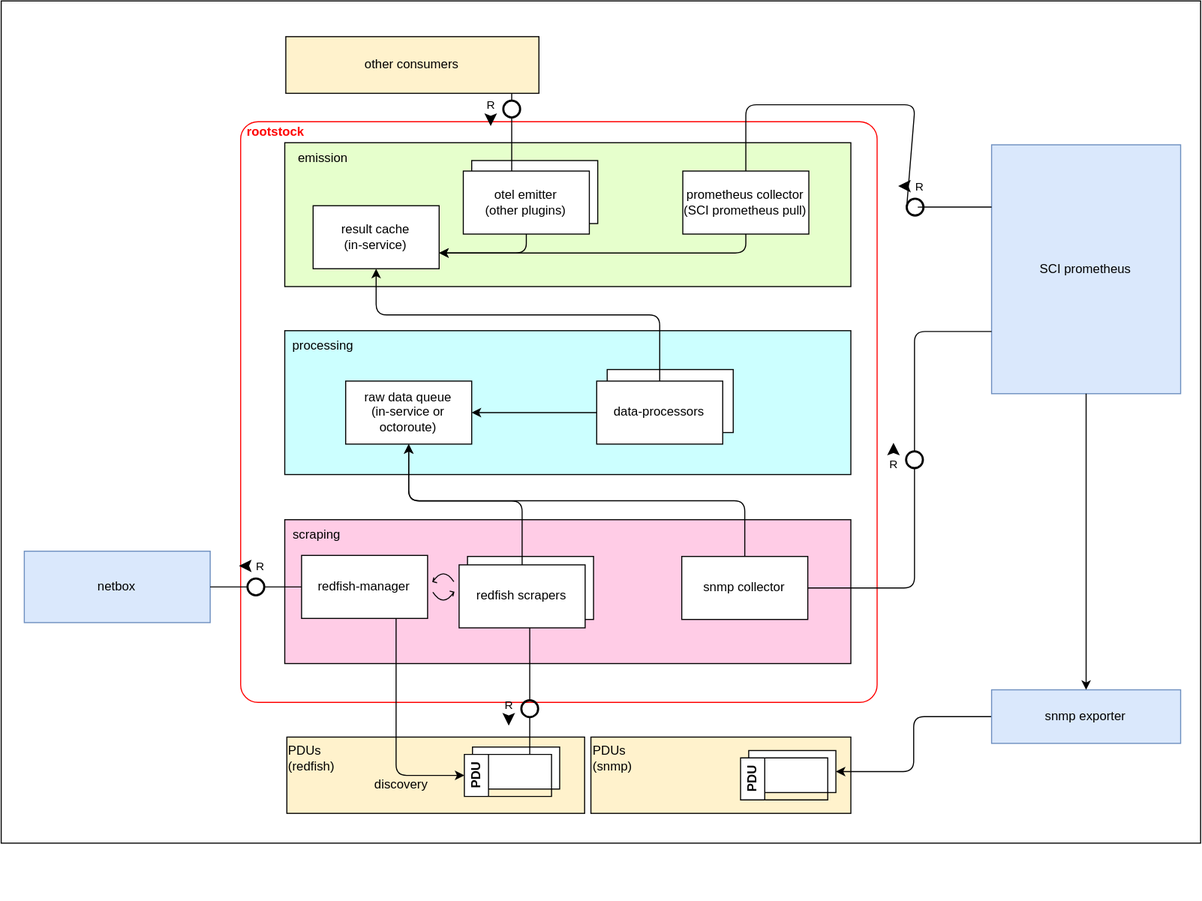
This is docs/design/package_architecture.svg from cloudoperators/rootstock, a draw.io export, as it was before one commit. Source tidied: cells renumbered, new cells last; positions are measured from the earlier drawing's top-left corner, leaving out a move shared by most shapes.
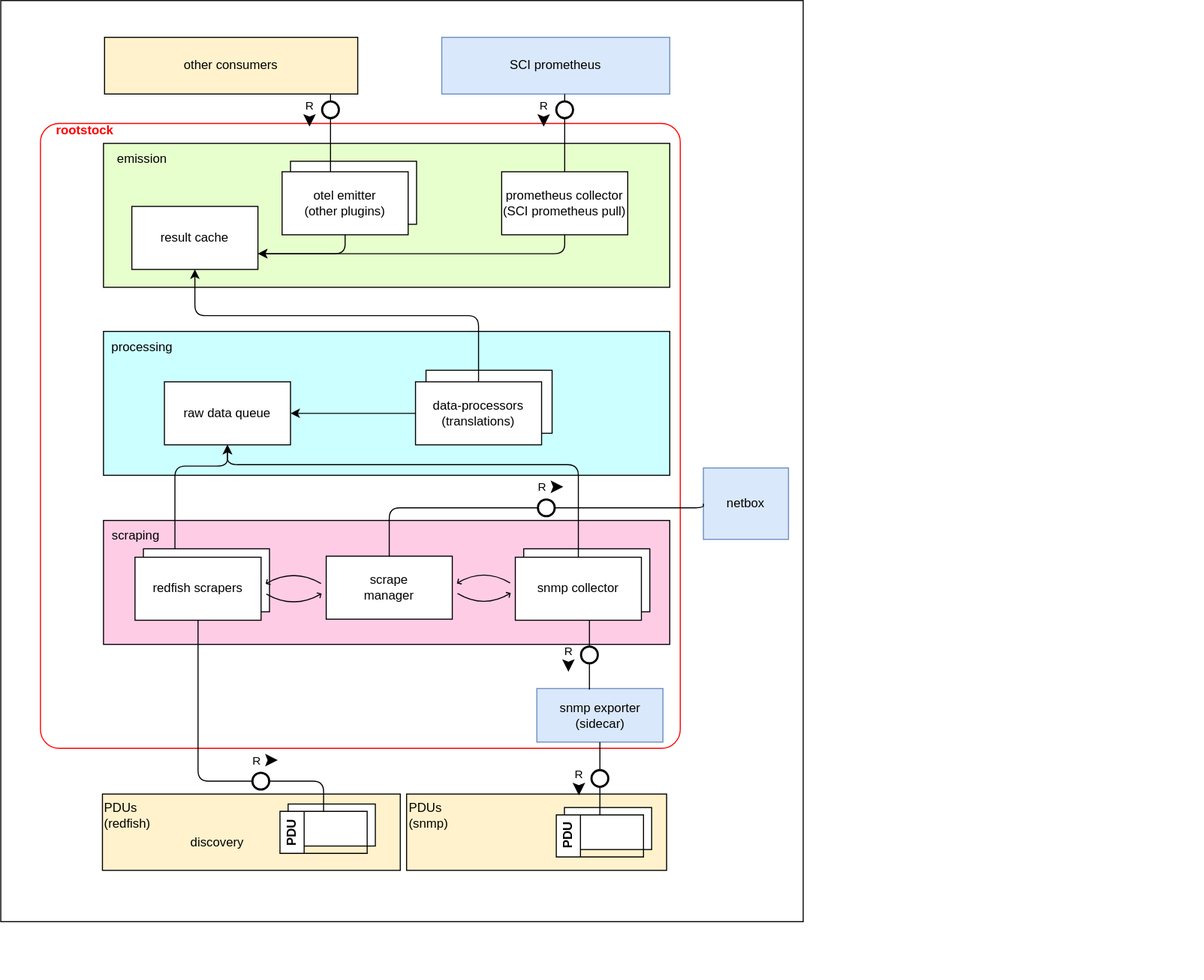
The same file after the commit.

Commit message:
chore(docs): update architecture diagram (#119)

Diff of the diagram source:
```diff
@@ -2,14 +2,14 @@
   <root>
     <mxCell id="0" />
     <mxCell id="1" parent="0" />
+    <mxCell id="3" style="rounded=0;whiteSpace=wrap;html=1;" parent="1" vertex="1">
+      <mxGeometry x="172.2" y="-1" width="763.8" height="877" as="geometry" />
+    </mxCell>
     <mxCell id="2" value="Best viewed with the &lt;a href=&quot;https://github.com/ariel-bentu/tam-drawio&quot;&gt;TAM plugin&lt;/a&gt;" style="text;html=1;shape=tamPluginMissing;" parent="1" vertex="1">
-      <mxGeometry x="471" y="832" width="200" height="25" as="geometry" />
+      <mxGeometry x="644.6" y="906" width="200" height="25" as="geometry" />
     </mxCell>
-    <mxCell id="3" style="rounded=0;whiteSpace=wrap;html=1;" parent="1" vertex="1">
-      <mxGeometry width="1142" height="802" as="geometry" />
-    </mxCell>
     <mxCell id="4" style="rounded=1;whiteSpace=wrap;html=1;arcSize=3;fillColor=none;strokeColor=#FF0000;" parent="1" vertex="1">
-      <mxGeometry x="228" y="115" width="606" height="553" as="geometry" />
+      <mxGeometry x="210" y="116" width="609" height="595" as="geometry" />
     </mxCell>
     <mxCell id="5" style="group;" parent="1" vertex="1">
       <mxGeometry x="270" y="314" width="539" height="146" as="geometry" />
@@ -47,29 +47,29 @@
     <mxCell id="16" value="data-enrichment" style="rounded=0;whiteSpace=wrap;html=1;" parent="15" vertex="1">
       <mxGeometry x="10" width="120" height="60" as="geometry" />
     </mxCell>
-    <mxCell id="17" value="data-processors" style="rounded=0;whiteSpace=wrap;html=1;" parent="15" vertex="1">
+    <mxCell id="17" value="data-processors&lt;div&gt;(translations)&lt;/div&gt;" style="rounded=0;whiteSpace=wrap;html=1;" parent="15" vertex="1">
       <mxGeometry y="11" width="120" height="60" as="geometry" />
     </mxCell>
-    <mxCell id="18" value="raw data queue&lt;div&gt;(in-service or octoroute)&lt;/div&gt;" style="rounded=0;whiteSpace=wrap;html=1;" parent="5" vertex="1">
+    <mxCell id="18" value="raw data queue" style="rounded=0;whiteSpace=wrap;html=1;" parent="5" vertex="1">
       <mxGeometry x="58" y="48" width="120" height="60" as="geometry" />
     </mxCell>
     <mxCell id="19" style="edgeStyle=none;html=1;" parent="5" edge="1" source="17" target="18">
       <mxGeometry relative="1" as="geometry" />
     </mxCell>
     <mxCell id="20" style="group;" parent="1" vertex="1">
-      <mxGeometry x="270" y="494" width="539" height="137" as="geometry" />
+      <mxGeometry x="270" y="494" width="1047" height="321" as="geometry" />
     </mxCell>
     <mxCell id="21" style="rounded=0;whiteSpace=wrap;html=1;fillColor=#FFCCE6;" parent="20" vertex="1">
-      <mxGeometry width="539" height="137" as="geometry" />
+      <mxGeometry width="539" height="118" as="geometry" />
     </mxCell>
     <mxCell id="22" value="scraping" style="text;html=1;align=center;verticalAlign=middle;whiteSpace=wrap;rounded=0;" parent="20" vertex="1">
       <mxGeometry x="1" width="60" height="30" as="geometry" />
     </mxCell>
-    <mxCell id="23" value="redfish-manager" style="rounded=0;whiteSpace=wrap;html=1;" parent="20" vertex="1">
-      <mxGeometry x="16" y="34" width="120" height="60" as="geometry" />
+    <mxCell id="23" value="scrape&lt;div&gt;manager&lt;/div&gt;" style="rounded=0;whiteSpace=wrap;html=1;" parent="20" vertex="1">
+      <mxGeometry x="212" y="34" width="120" height="60" as="geometry" />
     </mxCell>
     <mxCell id="24" style="group;" parent="20" vertex="1">
-      <mxGeometry x="166" y="35" width="128" height="68" as="geometry" />
+      <mxGeometry x="30" y="27" width="1017" height="294" as="geometry" />
     </mxCell>
     <mxCell id="25" value="redfish scraper" style="rounded=0;whiteSpace=wrap;html=1;" parent="24" vertex="1">
       <mxGeometry x="8" width="120" height="60" as="geometry" />
@@ -77,19 +77,28 @@
     <mxCell id="26" value="redfish scrapers" style="rounded=0;whiteSpace=wrap;html=1;" parent="24" vertex="1">
       <mxGeometry y="8" width="120" height="60" as="geometry" />
     </mxCell>
-    <mxCell id="27" style="shape=updateedge;endArrow=none;exitX=1;exitY=0.5;exitDx=0;exitDy=0;entryX=0;entryY=0.5;entryDx=0;entryDy=0;" parent="20" edge="1" source="23" target="26">
-      <mxGeometry relative="1" as="geometry" />
-    </mxCell>
+    <mxCell id="61" style="shape=updateedge;endArrow=none;exitX=1;exitY=0.5;exitDx=0;exitDy=0;entryX=0;entryY=0.5;entryDx=0;entryDy=0;" parent="20" edge="1" source="26" target="23">
+      <mxGeometry relative="1" as="geometry" />
+    </mxCell>
+    <mxCell id="62" style="group;" parent="20" vertex="1">
+      <mxGeometry x="392" y="27" width="128" height="68" as="geometry" />
+    </mxCell>
+    <mxCell id="63" value="snmp collector" style="rounded=0;whiteSpace=wrap;html=1;" parent="62" vertex="1">
+      <mxGeometry x="8" width="120" height="60" as="geometry" />
+    </mxCell>
-    <mxCell id="28" value="snmp collector" style="rounded=0;whiteSpace=wrap;html=1;" parent="20" vertex="1">
-      <mxGeometry x="378" y="35" width="120" height="60" as="geometry" />
+    <mxCell id="28" value="snmp collector" style="rounded=0;whiteSpace=wrap;html=1;" parent="62" vertex="1">
+      <mxGeometry y="8" width="120" height="60" as="geometry" />
     </mxCell>
+    <mxCell id="64" style="shape=updateedge;endArrow=none;entryX=0;entryY=0.5;entryDx=0;entryDy=0;" parent="20" edge="1" source="23" target="28">
+      <mxGeometry relative="1" as="geometry" />
+    </mxCell>
-    <mxCell id="29" value="result cache&lt;div&gt;(in-service)&lt;/div&gt;" style="rounded=0;whiteSpace=wrap;html=1;" parent="1" vertex="1">
+    <mxCell id="29" value="result cache" style="rounded=0;whiteSpace=wrap;html=1;" parent="1" vertex="1">
       <mxGeometry x="297" y="195" width="120" height="60" as="geometry" />
     </mxCell>
-    <mxCell id="30" style="edgeStyle=elbowEdgeStyle;html=1;labelBackgroundColor=none;rounded=1;elbow=vertical;endArrow=classic;endFill=1;align=center;entryX=0.5;entryY=1;entryDx=0;entryDy=0;exitX=0.5;exitY=0;exitDx=0;exitDy=0;" parent="1" edge="1" source="26" target="18">
-      <mxGeometry relative="1" as="geometry">
+    <mxCell id="30" style="edgeStyle=elbowEdgeStyle;html=1;labelBackgroundColor=none;rounded=1;elbow=vertical;endArrow=classic;endFill=1;align=center;entryX=0.5;entryY=1;entryDx=0;entryDy=0;exitX=0.25;exitY=0;exitDx=0;exitDy=0;" parent="1" edge="1" source="25" target="18">
+      <mxGeometry x="0.1" relative="1" as="geometry">
         <Array as="points">
-          <mxPoint x="437" y="476.2" />
+          <mxPoint x="358.1" y="442.2" />
         </Array>
       </mxGeometry>
     </mxCell>
@@ -115,16 +124,16 @@
       </mxGeometry>
     </mxCell>
     <mxCell id="34" value="rootstock" style="text;align=center;verticalAlign=middle;strokeColor=none;fillColor=none;fontColor=#FF0000;fontStyle=1;" parent="1" vertex="1">
-      <mxGeometry x="228" y="111" width="67" height="26" as="geometry" />
+      <mxGeometry x="219" y="109" width="67" height="26" as="geometry" />
     </mxCell>
     <mxCell id="35" value="other consumers" style="rounded=0;whiteSpace=wrap;html=1;fillColor=#FFF2CC;" parent="1" vertex="1">
       <mxGeometry x="271" y="34" width="241" height="54" as="geometry" />
     </mxCell>
     <mxCell id="36" value="SCI prometheus" style="rounded=0;whiteSpace=wrap;html=1;fillColor=#dae8fc;strokeColor=#6c8ebf;" parent="1" vertex="1">
-      <mxGeometry x="943" y="137" width="180" height="237" as="geometry" />
+      <mxGeometry x="592" y="34" width="217" height="54" as="geometry" />
     </mxCell>
     <mxCell id="37" style="group;" parent="1" vertex="1">
-      <mxGeometry x="561.5" y="701" width="247.5" height="72.6" as="geometry" />
+      <mxGeometry x="558.5" y="754.5" width="247.5" height="72.6" as="geometry" />
     </mxCell>
     <mxCell id="38" style="rounded=0;whiteSpace=wrap;html=1;fillColor=#FFF2CC;" parent="37" vertex="1">
       <mxGeometry width="247.5" height="72.7" as="geometry" />
@@ -142,7 +151,7 @@
       <mxGeometry y="7" width="83" height="40" as="geometry" />
     </mxCell>
     <mxCell id="43" style="group;" parent="1" vertex="1">
-      <mxGeometry x="272" y="701" width="283.5" height="72.6" as="geometry" />
+      <mxGeometry x="269" y="754.5" width="283.5" height="72.6" as="geometry" />
     </mxCell>
     <mxCell id="44" style="rounded=0;whiteSpace=wrap;html=1;fillColor=#FFF2CC;" parent="43" vertex="1">
       <mxGeometry width="283.5" height="72.7" as="geometry" />
@@ -162,52 +171,44 @@
     <mxCell id="49" value="discovery" style="text;html=1;align=center;verticalAlign=middle;strokeColor=none;fillColor=none;" parent="43" vertex="1">
       <mxGeometry x="74.5" y="33" width="69" height="26" as="geometry" />
     </mxCell>
-    <mxCell id="50" style="edgeStyle=orthogonalEdgeStyle;html=1;labelBackgroundColor=none;rounded=1;elbow=horizontal;endArrow=classic;endFill=1;align=left;exitX=0.75;exitY=1;exitDx=0;exitDy=0;entryX=0;entryY=0.5;entryDx=0;entryDy=0;" parent="1" edge="1" source="23" target="48">
-      <mxGeometry relative="1" as="geometry" />
-    </mxCell>
-    <mxCell id="51" style="edgeStyle=orthogonalEdgeStyle;html=1;entryX=1;entryY=0.5;entryDx=0;entryDy=0;" parent="1" edge="1" source="52" target="41">
-      <mxGeometry relative="1" as="geometry" />
-    </mxCell>
-    <mxCell id="52" value="snmp exporter" style="rounded=0;whiteSpace=wrap;html=1;fillColor=#dae8fc;strokeColor=#6c8ebf;" parent="1" vertex="1">
-      <mxGeometry x="943" y="656" width="180" height="51" as="geometry" />
+    <mxCell id="52" value="snmp exporter&lt;div&gt;(sidecar)&lt;/div&gt;" style="rounded=0;whiteSpace=wrap;html=1;fillColor=#dae8fc;strokeColor=#6c8ebf;" parent="1" vertex="1">
+      <mxGeometry x="682.5" y="654" width="120" height="51" as="geometry" />
     </mxCell>
     <mxCell id="53" style="edgeStyle=elbowEdgeStyle;html=1;labelBackgroundColor=none;rounded=1;elbow=vertical;endArrow=classic;endFill=1;align=center;entryX=0.5;entryY=1;entryDx=0;entryDy=0;exitX=0.5;exitY=0;exitDx=0;exitDy=0;" parent="1" edge="1" source="28" target="18">
       <mxGeometry relative="1" as="geometry">
         <Array as="points">
-          <mxPoint x="547" y="476" />
+          <mxPoint x="545.2" y="440.9" />
         </Array>
       </mxGeometry>
     </mxCell>
-    <mxCell id="54" style="endArrow=classic;html=1;entryX=0.5;entryY=0;entryDx=0;entryDy=0;exitX=0.5;exitY=1;exitDx=0;exitDy=0;" parent="1" edge="1" source="36" target="52">
-      <mxGeometry relative="1" as="geometry" />
-    </mxCell>
-    <mxCell id="55" style="rounded=1;shape=useedge;edgeStyle=elbowEdgeStyle;elbow=horizontal;endArrow=none;useSignPosition=left;useSignDirection=south;exitX=0;exitY=0.75;exitDx=0;exitDy=0;entryX=1;entryY=0.5;entryDx=0;entryDy=0;" parent="1" edge="1" source="36" target="28">
-      <mxGeometry relative="1" as="geometry">
-        <Array as="points">
-          <mxPoint x="869.6" y="434.4" />
-        </Array>
-      </mxGeometry>
-    </mxCell>
     <mxCell id="56" style="shape=useedge;vertical=true;edgeStyle=none;endArrow=none;useSignPosition=left;useSignDirection=south;dx=8;dy=15;entryX=0.75;entryY=1;entryDx=0;entryDy=0;" parent="1" edge="1" source="14" target="35">
       <mxGeometry relative="1" as="geometry" />
     </mxCell>
-    <mxCell id="57" style="rounded=1;shape=useedge;vertical=true;endArrow=none;useSignPosition=up;useSignDirection=east;exitX=0;exitY=0.25;exitDx=0;exitDy=0;entryX=0.5;entryY=0;entryDx=0;entryDy=0;edgeStyle=orthogonalEdgeStyle;endFill=0;" parent="1" edge="1" source="36" target="11">
-      <mxGeometry relative="1" as="geometry">
-        <Array as="points">
-          <mxPoint x="870.2" y="196.3" />
-          <mxPoint x="870.2" y="98.8" />
-          <mxPoint x="709" y="98.8" />
-        </Array>
-      </mxGeometry>
-    </mxCell>
-    <mxCell id="58" style="shape=useedge;vertical=true;edgeStyle=none;endArrow=none;useSignPosition=left;useSignDirection=south;entryX=0.5;entryY=1;entryDx=0;entryDy=0;exitX=0.75;exitY=0;exitDx=0;exitDy=0;dx=12;dy=77;" parent="1" edge="1" source="48" target="26">
-      <mxGeometry relative="1" as="geometry" />
-    </mxCell>
     <mxCell id="59" value="netbox" style="rounded=0;whiteSpace=wrap;html=1;fillColor=#dae8fc;strokeColor=#6c8ebf;" parent="1" vertex="1">
-      <mxGeometry x="22" y="524" width="177" height="68" as="geometry" />
+      <mxGeometry x="841" y="444" width="81" height="68" as="geometry" />
     </mxCell>
+    <mxCell id="65" style="shape=useedge;vertical=true;edgeStyle=none;endArrow=none;useSignPosition=left;useSignDirection=south;dx=8;dy=15;entryX=0.5;entryY=1;entryDx=0;entryDy=0;exitX=0.5;exitY=0;exitDx=0;exitDy=0;" parent="1" edge="1" source="11" target="36">
+      <mxGeometry relative="1" as="geometry" />
+    </mxCell>
+    <mxCell id="66" style="shape=useedge;vertical=true;edgeStyle=none;endArrow=none;useSignPosition=left;useSignDirection=south;exitX=0.5;exitY=0;exitDx=0;exitDy=0;entryX=0.75;entryY=1;entryDx=0;entryDy=0;" parent="1" edge="1" source="42" target="52">
+      <mxGeometry relative="1" as="geometry" />
+    </mxCell>
+    <mxCell id="67" style="shape=useedge;vertical=true;edgeStyle=none;endArrow=none;useSignPosition=left;useSignDirection=south;exitX=0.417;exitY=0.02;exitDx=0;exitDy=0;exitPerimeter=0;entryX=0.5;entryY=1;entryDx=0;entryDy=0;" parent="1" edge="1" source="52" target="28">
+      <mxGeometry relative="1" as="geometry" />
+    </mxCell>
+    <mxCell id="68" style="rounded=1;shape=useedge;vertical=true;edgeStyle=elbowEdgeStyle;elbow=vertical;endArrow=none;useSignPosition=up;useSignDirection=east;exitX=0.5;exitY=1;exitDx=0;exitDy=0;entryX=0.5;entryY=0;entryDx=0;entryDy=0;" parent="1" edge="1" source="26" target="48">
+      <mxGeometry relative="1" as="geometry">
+        <Array as="points">
+          <mxPoint x="419.6" y="742.2" />
+        </Array>
+      </mxGeometry>
+    </mxCell>
-    <mxCell id="60" style="shape=useedge;endArrow=none;edgeStyle=none;useSignPosition=up;useSignDirection=east;entryX=1;entryY=0.5;entryDx=0;entryDy=0;exitX=0;exitY=0.5;exitDx=0;exitDy=0;" parent="1" edge="1" source="23" target="59">
-      <mxGeometry relative="1" as="geometry" />
+    <mxCell id="60" style="rounded=1;shape=useedge;vertical=true;edgeStyle=elbowEdgeStyle;elbow=vertical;endArrow=none;useSignPosition=up;useSignDirection=east;exitX=0.5;exitY=0;exitDx=0;exitDy=0;entryX=0;entryY=0.5;entryDx=0;entryDy=0;" parent="1" edge="1" source="23" target="59">
+      <mxGeometry x="-0.09" relative="1" as="geometry">
+        <Array as="points">
+          <mxPoint x="687.3" y="482" />
+        </Array>
+      </mxGeometry>
     </mxCell>
   </root>
 </mxGraphModel>
```
